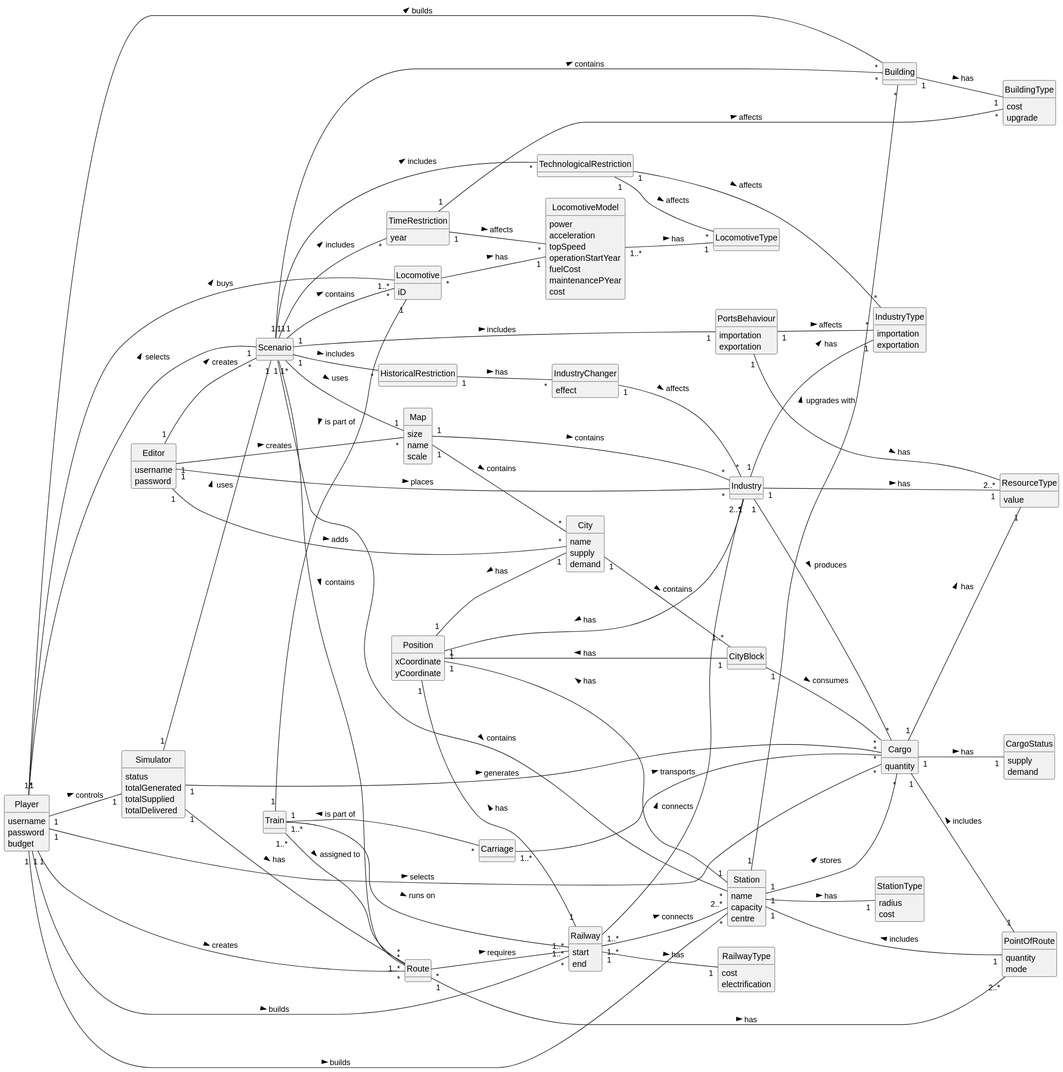
Before: Sprint3/global-artifacts/02.analysis/svg/DM.svg, a diagram exported from PlantUML (1240935/pi2-railway-simulator).
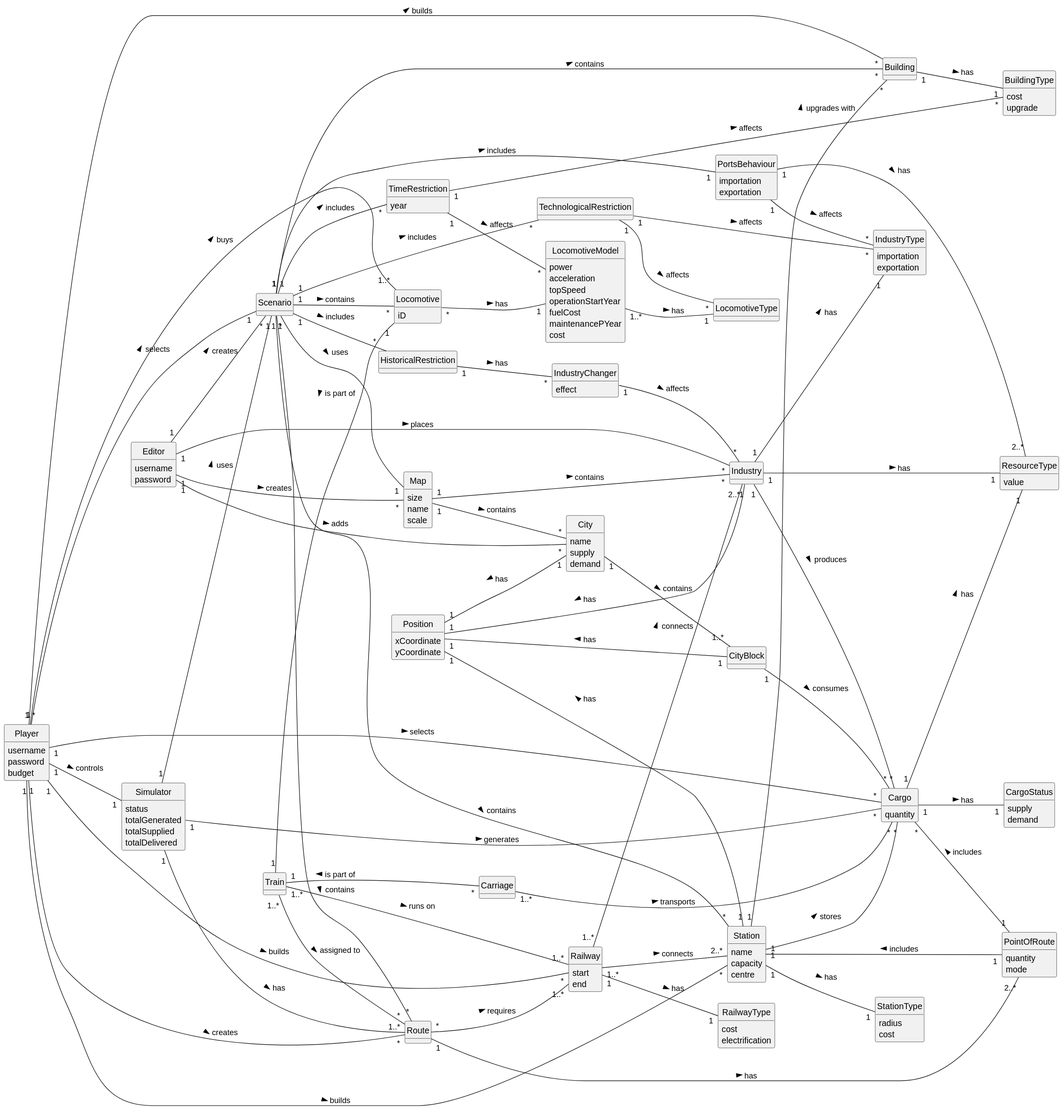
The same file after the commit.

Diff of the diagram source:
```diff
@@ -174,7 +174,6 @@
 Position "1" -- "1" City: has <
 Position "1" -- "1" Industry: has <
 Position "1" -- "1" Station: has <
-Position "1" -- "1" Railway: has <
 Position "1" -- "1" CityBlock: has <
 
 City "1" -- "1..*" CityBlock: contains >
@@ -232,5 +231,5 @@
 
 Cargo "1" -- "1" ResourceType: has >
 Cargo "1" -- "1" CargoStatus: has >
-Cargo "1" -- "1" PointOfRoute: includes <
+Cargo "*" -- "1" PointOfRoute: includes <
 @enduml
```
